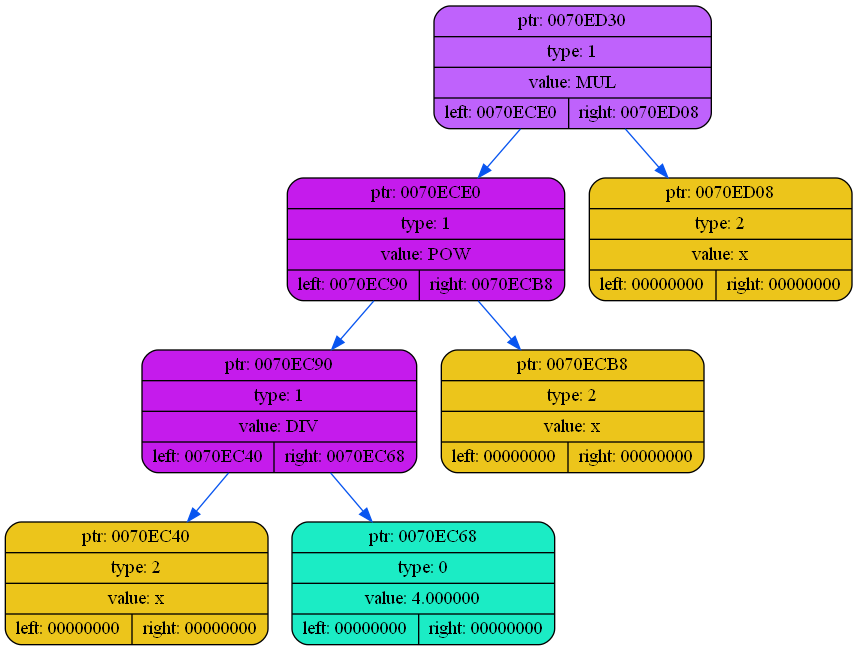
This is dump/dump1.png from coffee8cat/differentiator, a Graphviz export, as it was before one commit. Its source is kept beside it as dump/dump1.dot.
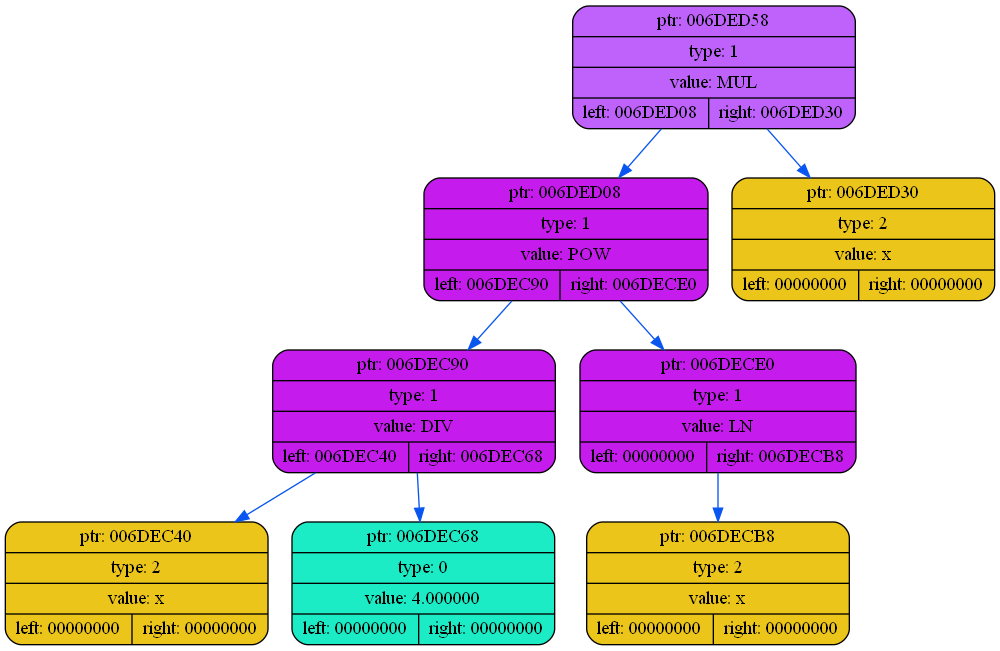
Later version of the same file.

Change to the diagram source:
```diff
@@ -2,17 +2,19 @@
 {
     rankdir=TP
 
-        node0070ED30[shape=record,style="rounded,filled",fillcolor="#BF62FC",label="{ ptr: 0070ED30 | type: 1 | value: MUL| { left: 0070ECE0 | right: 0070ED08 }}"];
-    node0070ED30 -> node0070ECE0[color="#0855F0"]
-    node0070ECE0[shape=record,style="rounded,filled",fillcolor="#C51BEC",label="{ ptr: 0070ECE0 | type: 1 | value: POW| { left: 0070EC90 | right: 0070ECB8 }}"];
-    node0070ECE0 -> node0070EC90[color="#0855F0"]
-    node0070EC90[shape=record,style="rounded,filled",fillcolor="#C51BEC",label="{ ptr: 0070EC90 | type: 1 | value: DIV| { left: 0070EC40 | right: 0070EC68 }}"];
-    node0070EC90 -> node0070EC40[color="#0855F0"]
-    node0070EC40[shape=record,style="rounded,filled",fillcolor="#ECC51B",label="{ ptr: 0070EC40 | type: 2 | value: x| { left: 00000000 | right: 00000000 }}"];
-    node0070EC90 -> node0070EC68[color="#0855F0"]
-    node0070EC68[shape=record,style="rounded,filled",fillcolor="#1BECC5",label="{ ptr: 0070EC68 | type: 0 | value: 4.000000| { left: 00000000 | right: 00000000 }}"];
-    node0070ECE0 -> node0070ECB8[color="#0855F0"]
-    node0070ECB8[shape=record,style="rounded,filled",fillcolor="#ECC51B",label="{ ptr: 0070ECB8 | type: 2 | value: x| { left: 00000000 | right: 00000000 }}"];
-    node0070ED30 -> node0070ED08[color="#0855F0"]
-    node0070ED08[shape=record,style="rounded,filled",fillcolor="#ECC51B",label="{ ptr: 0070ED08 | type: 2 | value: x| { left: 00000000 | right: 00000000 }}"];
+        node006DED58[shape=record,style="rounded,filled",fillcolor="#BF62FC",label="{ ptr: 006DED58 | type: 1 | value: MUL| { left: 006DED08 | right: 006DED30 }}"];
+    node006DED58 -> node006DED08[color="#0855F0"]
+    node006DED08[shape=record,style="rounded,filled",fillcolor="#C51BEC",label="{ ptr: 006DED08 | type: 1 | value: POW| { left: 006DEC90 | right: 006DECE0 }}"];
+    node006DED08 -> node006DEC90[color="#0855F0"]
+    node006DEC90[shape=record,style="rounded,filled",fillcolor="#C51BEC",label="{ ptr: 006DEC90 | type: 1 | value: DIV| { left: 006DEC40 | right: 006DEC68 }}"];
+    node006DEC90 -> node006DEC40[color="#0855F0"]
+    node006DEC40[shape=record,style="rounded,filled",fillcolor="#ECC51B",label="{ ptr: 006DEC40 | type: 2 | value: x| { left: 00000000 | right: 00000000 }}"];
+    node006DEC90 -> node006DEC68[color="#0855F0"]
+    node006DEC68[shape=record,style="rounded,filled",fillcolor="#1BECC5",label="{ ptr: 006DEC68 | type: 0 | value: 4.000000| { left: 00000000 | right: 00000000 }}"];
+    node006DED08 -> node006DECE0[color="#0855F0"]
+    node006DECE0[shape=record,style="rounded,filled",fillcolor="#C51BEC",label="{ ptr: 006DECE0 | type: 1 | value: LN| { left: 00000000 | right: 006DECB8 }}"];
+    node006DECE0 -> node006DECB8[color="#0855F0"]
+    node006DECB8[shape=record,style="rounded,filled",fillcolor="#ECC51B",label="{ ptr: 006DECB8 | type: 2 | value: x| { left: 00000000 | right: 00000000 }}"];
+    node006DED58 -> node006DED30[color="#0855F0"]
+    node006DED30[shape=record,style="rounded,filled",fillcolor="#ECC51B",label="{ ptr: 006DED30 | type: 2 | value: x| { left: 00000000 | right: 00000000 }}"];
 }
```
